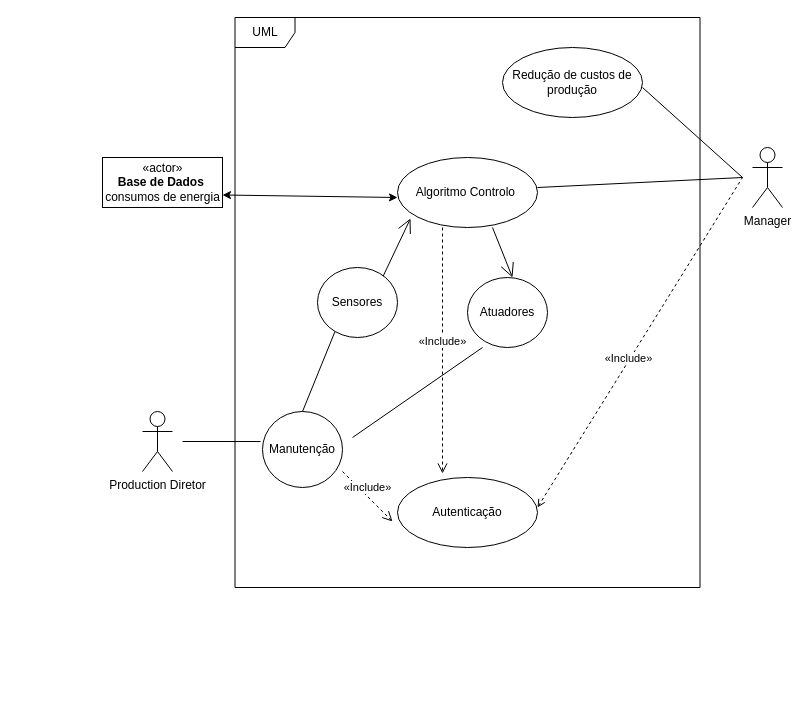
This is squematics/UseCaseDiagram.drawio from Automation-yatata/Industry4.0-PizzaPlace, a draw.io file, before an edit. Source tidied: cells renumbered, new cells numbered last; positions are measured from the earlier drawing's top-left corner, leaving out a move shared by most shapes. Both pictures are drawn from the tidied source at 100%, with x=0, y=0 at pixel (102, 17).
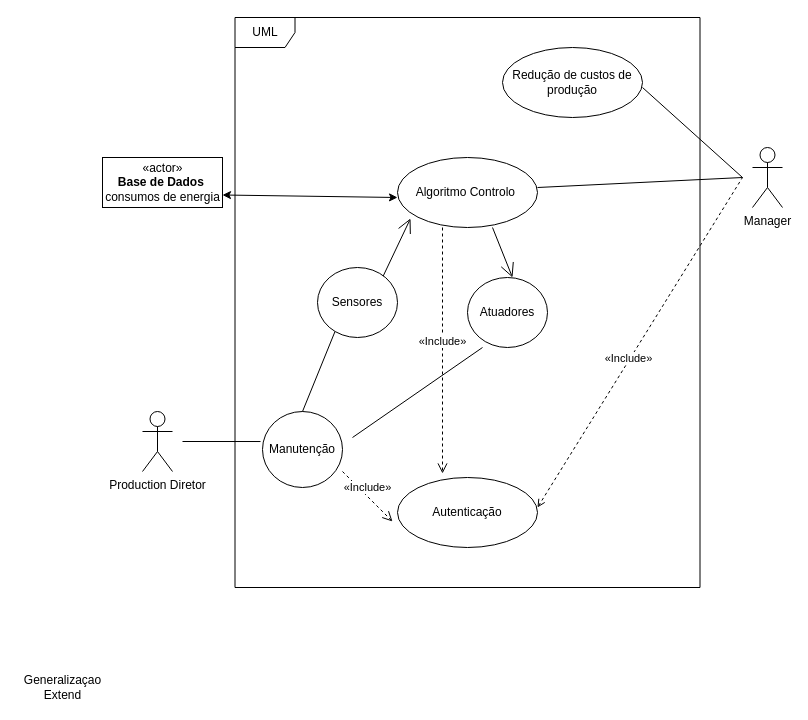
Above is the later version.

What changed in the source:
```diff
@@
+    <mxCell id="24" value="Generalizaçao&lt;br&gt;Extend&lt;br&gt;" style="text;html=1;align=center;verticalAlign=middle;" parent="1" vertex="1">
+      <mxGeometry x="-85" y="655" width="90" height="30" as="geometry" />
+    </mxCell>
```
